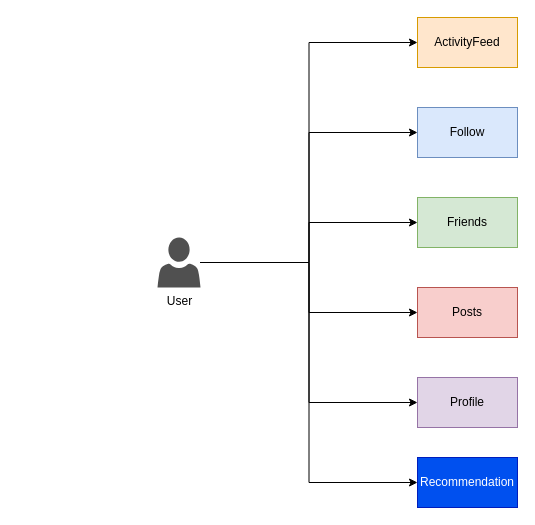
Earlier version of the draw.io diagram page "SocialService" (5 of 34) of Architecture.drawio (AlanEdward19/ShapeUp). Source tidied: cells renumbered, new cells numbered last; positions are measured from the earlier drawing's top-left corner, leaving out a move shared by most shapes. Both pictures are drawn from the tidied source at 100%, with x=0, y=0 at pixel (157, 17).
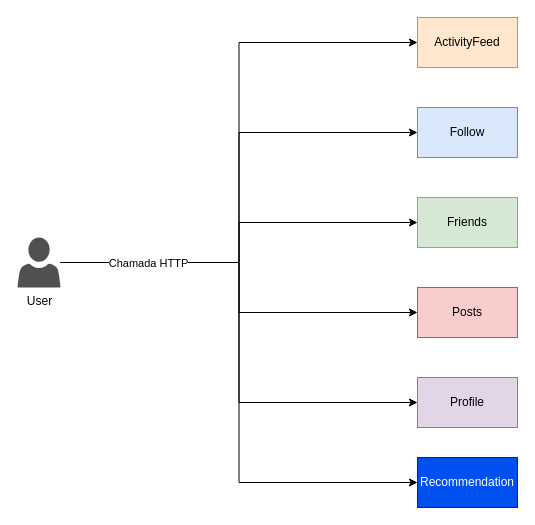
The same diagram, later.

Diff of the diagram source:
```diff
@@
 <mxGraphModel>
   <root>
     <mxCell id="0" />
     <mxCell id="1" parent="0" />
     <mxCell id="2" style="edgeStyle=orthogonalEdgeStyle;rounded=0;jettySize=auto;html=1;entryX=0;entryY=0.5;entryDx=0;entryDy=0;" parent="1" edge="1" source="8" target="10">
       <mxGeometry relative="1" as="geometry" />
     </mxCell>
     <mxCell id="3" style="edgeStyle=orthogonalEdgeStyle;rounded=0;jettySize=auto;html=1;entryX=0;entryY=0.5;entryDx=0;entryDy=0;" parent="1" edge="1" source="8" target="11">
       <mxGeometry relative="1" as="geometry" />
     </mxCell>
     <mxCell id="4" style="edgeStyle=orthogonalEdgeStyle;rounded=0;jettySize=auto;html=1;entryX=0;entryY=0.5;entryDx=0;entryDy=0;" parent="1" edge="1" source="8" target="12">
       <mxGeometry relative="1" as="geometry" />
     </mxCell>
     <mxCell id="5" style="edgeStyle=orthogonalEdgeStyle;rounded=0;jettySize=auto;html=1;entryX=0;entryY=0.5;entryDx=0;entryDy=0;" parent="1" edge="1" source="8" target="13">
       <mxGeometry relative="1" as="geometry" />
     </mxCell>
     <mxCell id="6" style="edgeStyle=orthogonalEdgeStyle;rounded=0;jettySize=auto;html=1;entryX=0;entryY=0.5;entryDx=0;entryDy=0;" parent="1" edge="1" source="8" target="9">
       <mxGeometry relative="1" as="geometry" />
     </mxCell>
     <mxCell id="7" style="edgeStyle=orthogonalEdgeStyle;rounded=0;jettySize=auto;html=1;entryX=0;entryY=0.5;entryDx=0;entryDy=0;" parent="1" edge="1" source="8" target="14">
       <mxGeometry relative="1" as="geometry" />
     </mxCell>
+    <mxCell id="15" value="Chamada HTTP" style="edgeLabel;html=1;align=center;verticalAlign=middle;" parent="7" vertex="1">
+      <mxGeometry x="-0.79" y="-2" relative="1" as="geometry">
+        <mxPoint x="26" y="-2" as="offset" />
+      </mxGeometry>
+    </mxCell>
     <mxCell id="8" value="User" style="sketch=0;shadow=0;dashed=0;html=1;strokeColor=none;labelPosition=center;verticalLabelPosition=bottom;verticalAlign=top;align=center;fillColor=#505050;shape=mxgraph.mscae.intune.account_portal;" parent="1" vertex="1">
-      <mxGeometry y="220" width="43" height="50" as="geometry" />
+      <mxGeometry x="-140" y="220" width="43" height="50" as="geometry" />
     </mxCell>
     <mxCell id="9" value="Profile" style="whiteSpace=wrap;html=1;fillColor=#e1d5e7;strokeColor=#9673a6;" parent="1" vertex="1">
       <mxGeometry x="260" y="360" width="100" height="50" as="geometry" />
     </mxCell>
     <mxCell id="10" value="ActivityFeed" style="whiteSpace=wrap;html=1;fillColor=#ffe6cc;strokeColor=#d79b00;" parent="1" vertex="1">
       <mxGeometry x="260" width="100" height="50" as="geometry" />
     </mxCell>
     <mxCell id="11" value="Follow" style="whiteSpace=wrap;html=1;fillColor=#dae8fc;strokeColor=#6c8ebf;" parent="1" vertex="1">
       <mxGeometry x="260" y="90" width="100" height="50" as="geometry" />
     </mxCell>
     <mxCell id="12" value="Friends" style="whiteSpace=wrap;html=1;fillColor=#d5e8d4;strokeColor=#82b366;" parent="1" vertex="1">
       <mxGeometry x="260" y="180" width="100" height="50" as="geometry" />
     </mxCell>
     <mxCell id="13" value="Posts" style="whiteSpace=wrap;html=1;fillColor=#f8cecc;strokeColor=#b85450;" parent="1" vertex="1">
       <mxGeometry x="260" y="270" width="100" height="50" as="geometry" />
     </mxCell>
     <mxCell id="14" value="Recommendation" style="whiteSpace=wrap;html=1;fillColor=#0050ef;fontColor=#ffffff;strokeColor=#001DBC;" parent="1" vertex="1">
       <mxGeometry x="260" y="440" width="100" height="50" as="geometry" />
     </mxCell>
   </root>
 </mxGraphModel>
```
